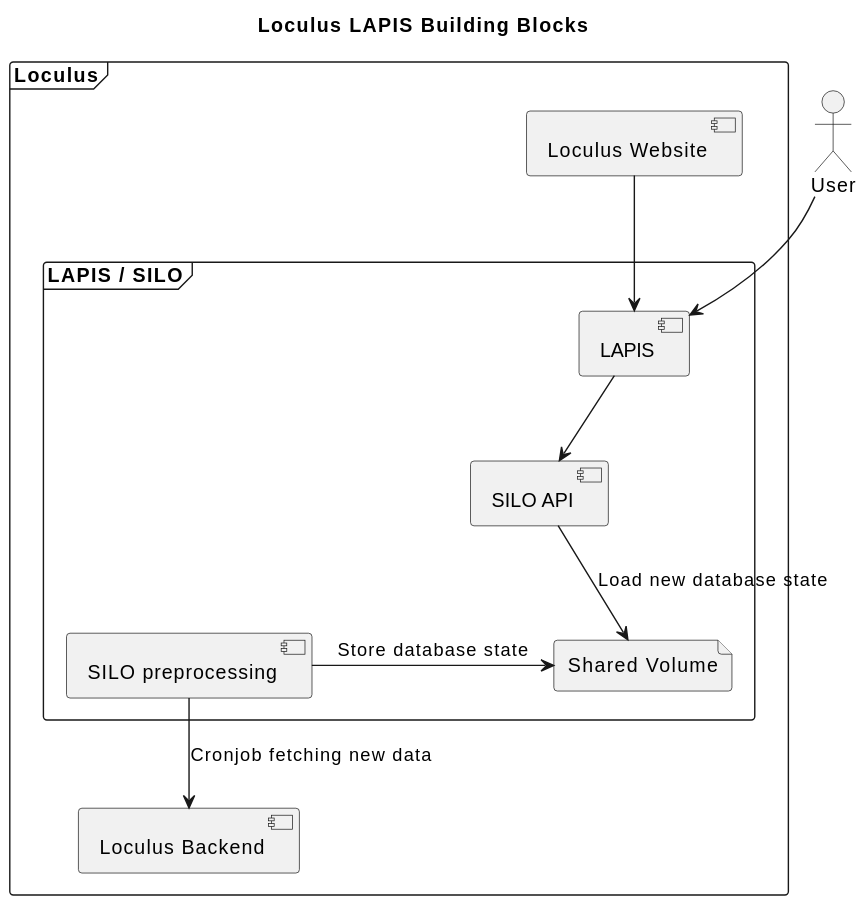
This is arc42/plantuml/05_level_2_lapis.svg from loculus-project/loculus, a PlantUML export, as it was before one commit.
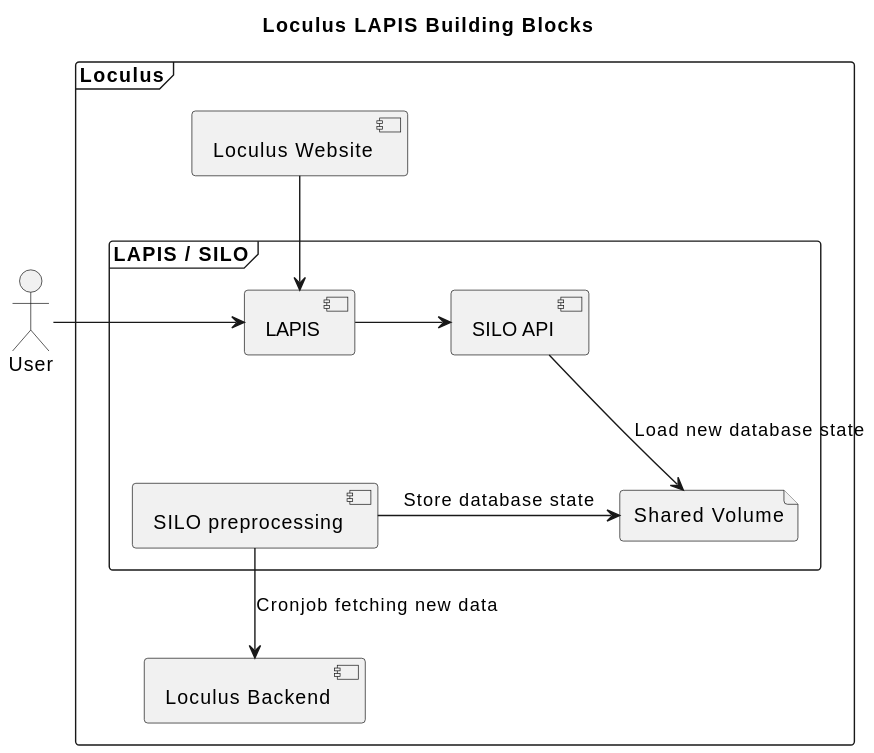
Above is the later version.

What changed in the source:
```diff
@@ -15,9 +15,9 @@
     }
 }
 
-user --> lapis
+user -right-> lapis
 website --> lapis
-lapis --> silo
+lapis -right-> silo
 silo --> serialized_data : Load new database state
 
 silo_prepro -right-> serialized_data : Store database state
```
